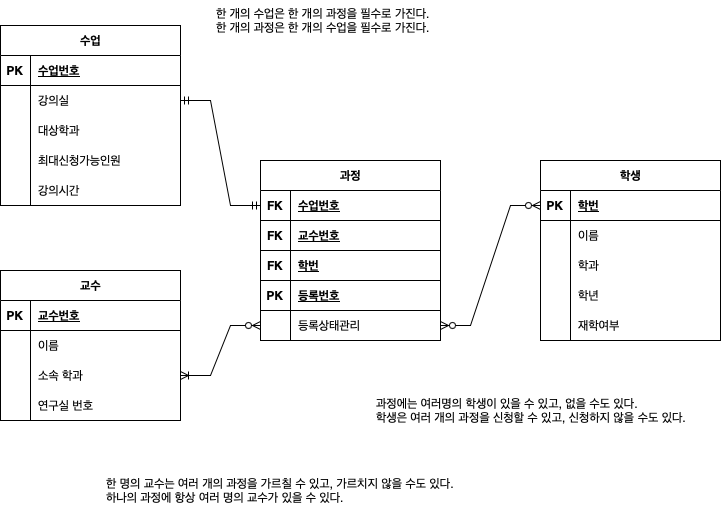
The draw.io diagram Data Modeling/수강신청.drawio.png in ikkjun/SQL, before a commit. Source tidied: cells renumbered, new cells last; positions are measured from the earlier drawing's top-left corner, leaving out a move shared by most shapes.
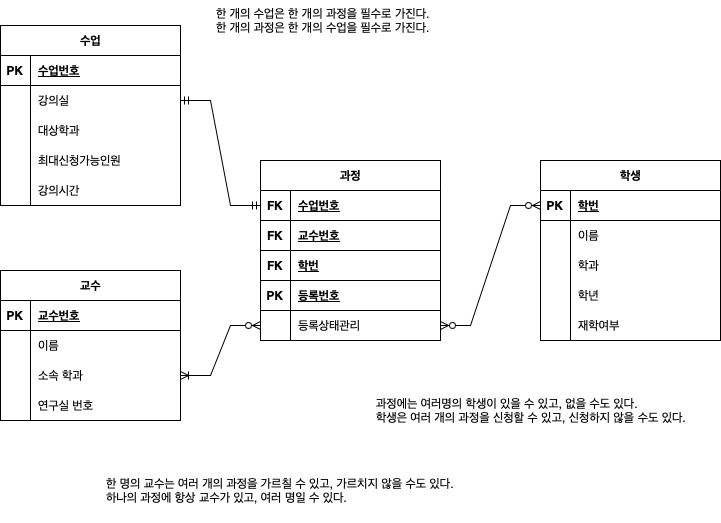
The same file after the commit.

Commit message:
수강신청.drawio.png 업데이트

Diff of the diagram source:
```diff
@@ -188,7 +188,7 @@
     <mxCell id="63" value="등록상태관리" style="shape=partialRectangle;fillColor=none;top=0;left=0;bottom=0;right=0;align=left;spacingLeft=6;overflow=hidden;whiteSpace=wrap;html=1;" parent="61" vertex="1">
       <mxGeometry x="30" width="150" height="30" as="geometry" />
     </mxCell>
-    <mxCell id="64" value="한 명의 교수는 여러 개의 과정을 가르칠 수 있고, 가르치지 않을 수도 있다.&amp;nbsp;&lt;br&gt;하나의 과정에 항상 여러 명의 교수가 있을 수 있다.&amp;nbsp;" style="text;strokeColor=none;fillColor=none;spacingLeft=4;spacingRight=4;overflow=hidden;fontSize=12;whiteSpace=wrap;html=1;" parent="1" vertex="1">
+    <mxCell id="64" value="한 명의 교수는 여러 개의 과정을 가르칠 수 있고, 가르치지 않을 수도 있다.&amp;nbsp;&lt;br&gt;하나의 과정에 항상 교수가 있고, 여러 명일 수 있다." style="text;strokeColor=none;fillColor=none;spacingLeft=4;spacingRight=4;overflow=hidden;fontSize=12;whiteSpace=wrap;html=1;" parent="1" vertex="1">
       <mxGeometry x="100" y="470" width="380" height="50" as="geometry" />
     </mxCell>
     <mxCell id="65" style="edgeStyle=entityRelationEdgeStyle;fontSize=12;html=1;endArrow=ERmandOne;startArrow=ERmandOne;rounded=0;entryX=0;entryY=0.5;entryDx=0;entryDy=0;exitX=1;exitY=0.5;exitDx=0;exitDy=0;" parent="1" edge="1" source="6" target="49">
```
